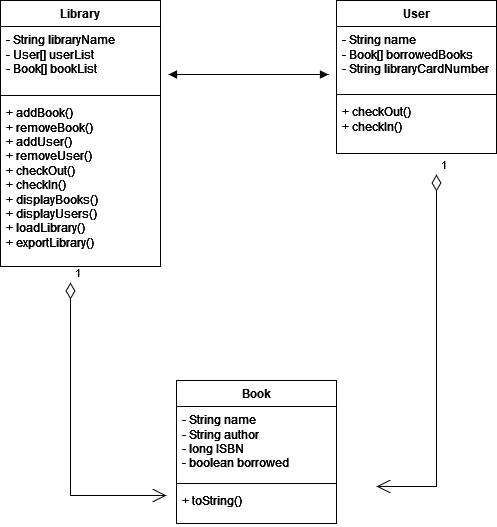
Above: diagrams/ProjectClassDiagram.png in Gunboats/CS151-LibraryManagement-3Anchors (draw.io), before the change. Source tidied: cells renumbered, new cells last; positions are measured from the earlier drawing's top-left corner, leaving out a move shared by most shapes.
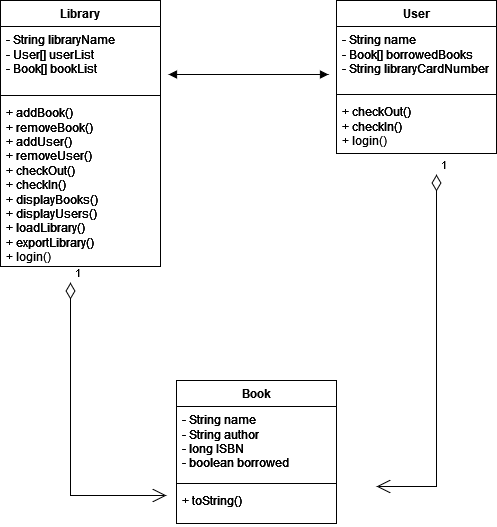
After the commit.

Diff of the diagram source:
```diff
@@ -47,7 +47,7 @@
     <mxCell id="16" style="line;strokeWidth=1;fillColor=none;align=left;verticalAlign=middle;spacingTop=-1;spacingLeft=3;spacingRight=3;labelPosition=right;strokeColor=inherit;" parent="14" vertex="1">
       <mxGeometry y="90" width="160" height="8" as="geometry" />
     </mxCell>
-    <mxCell id="17" value="&lt;div&gt;+ checkOut()&lt;/div&gt;&lt;div&gt;+ checkIn()&lt;/div&gt;" style="text;strokeColor=none;fillColor=none;align=left;verticalAlign=top;spacingLeft=4;spacingRight=4;overflow=hidden;whiteSpace=wrap;html=1;" parent="14" vertex="1">
+    <mxCell id="17" value="&lt;div&gt;+ checkOut()&lt;/div&gt;&lt;div&gt;+ checkIn()&lt;/div&gt;&lt;div&gt;+ login()&lt;br&gt;&lt;/div&gt;" style="text;strokeColor=none;fillColor=none;align=left;verticalAlign=top;spacingLeft=4;spacingRight=4;overflow=hidden;whiteSpace=wrap;html=1;" parent="14" vertex="1">
       <mxGeometry y="98" width="160" height="55" as="geometry" />
     </mxCell>
     <mxCell id="18" value="Library" style="swimlane;fontStyle=1;align=center;verticalAlign=top;horizontal=1;startSize=26;whiteSpace=wrap;html=1;" parent="1" vertex="1">
@@ -59,7 +59,7 @@
     <mxCell id="20" style="line;strokeWidth=1;fillColor=none;align=left;verticalAlign=middle;spacingTop=-1;spacingLeft=3;spacingRight=3;labelPosition=right;strokeColor=inherit;" parent="18" vertex="1">
       <mxGeometry y="91" width="160" height="8" as="geometry" />
     </mxCell>
-    <mxCell id="21" value="&lt;div&gt;+ addBook()&lt;/div&gt;&lt;div&gt;+ removeBook()&lt;br&gt;&lt;/div&gt;&lt;div&gt;+ addUser()&lt;/div&gt;&lt;div&gt;+ removeUser()&lt;/div&gt;&lt;div&gt;+ checkOut()&lt;/div&gt;&lt;div&gt;+ checkIn()&lt;/div&gt;&lt;div&gt;+ displayBooks()&lt;/div&gt;&lt;div&gt;+ displayUsers()&lt;/div&gt;&lt;div&gt;+ loadLibrary()&lt;/div&gt;&lt;div&gt;+ exportLibrary()&lt;br&gt;&lt;/div&gt;&lt;div&gt;&lt;br&gt;&lt;/div&gt;" style="text;strokeColor=none;fillColor=none;align=left;verticalAlign=top;spacingLeft=4;spacingRight=4;overflow=hidden;whiteSpace=wrap;html=1;" parent="18" vertex="1">
+    <mxCell id="21" value="&lt;div&gt;+ addBook()&lt;/div&gt;&lt;div&gt;+ removeBook()&lt;br&gt;&lt;/div&gt;&lt;div&gt;+ addUser()&lt;/div&gt;&lt;div&gt;+ removeUser()&lt;/div&gt;&lt;div&gt;+ checkOut()&lt;/div&gt;&lt;div&gt;+ checkIn()&lt;/div&gt;&lt;div&gt;+ displayBooks()&lt;/div&gt;&lt;div&gt;+ displayUsers()&lt;/div&gt;&lt;div&gt;+ loadLibrary()&lt;/div&gt;&lt;div&gt;+ exportLibrary()&lt;br&gt;&lt;/div&gt;&lt;div&gt;+ login()&lt;br&gt;&lt;/div&gt;" style="text;strokeColor=none;fillColor=none;align=left;verticalAlign=top;spacingLeft=4;spacingRight=4;overflow=hidden;whiteSpace=wrap;html=1;" parent="18" vertex="1">
       <mxGeometry y="99" width="160" height="167" as="geometry" />
     </mxCell>
     <mxCell id="22" value="Book" style="swimlane;fontStyle=1;align=center;verticalAlign=top;horizontal=1;startSize=26;whiteSpace=wrap;html=1;" parent="1" vertex="1">
```
